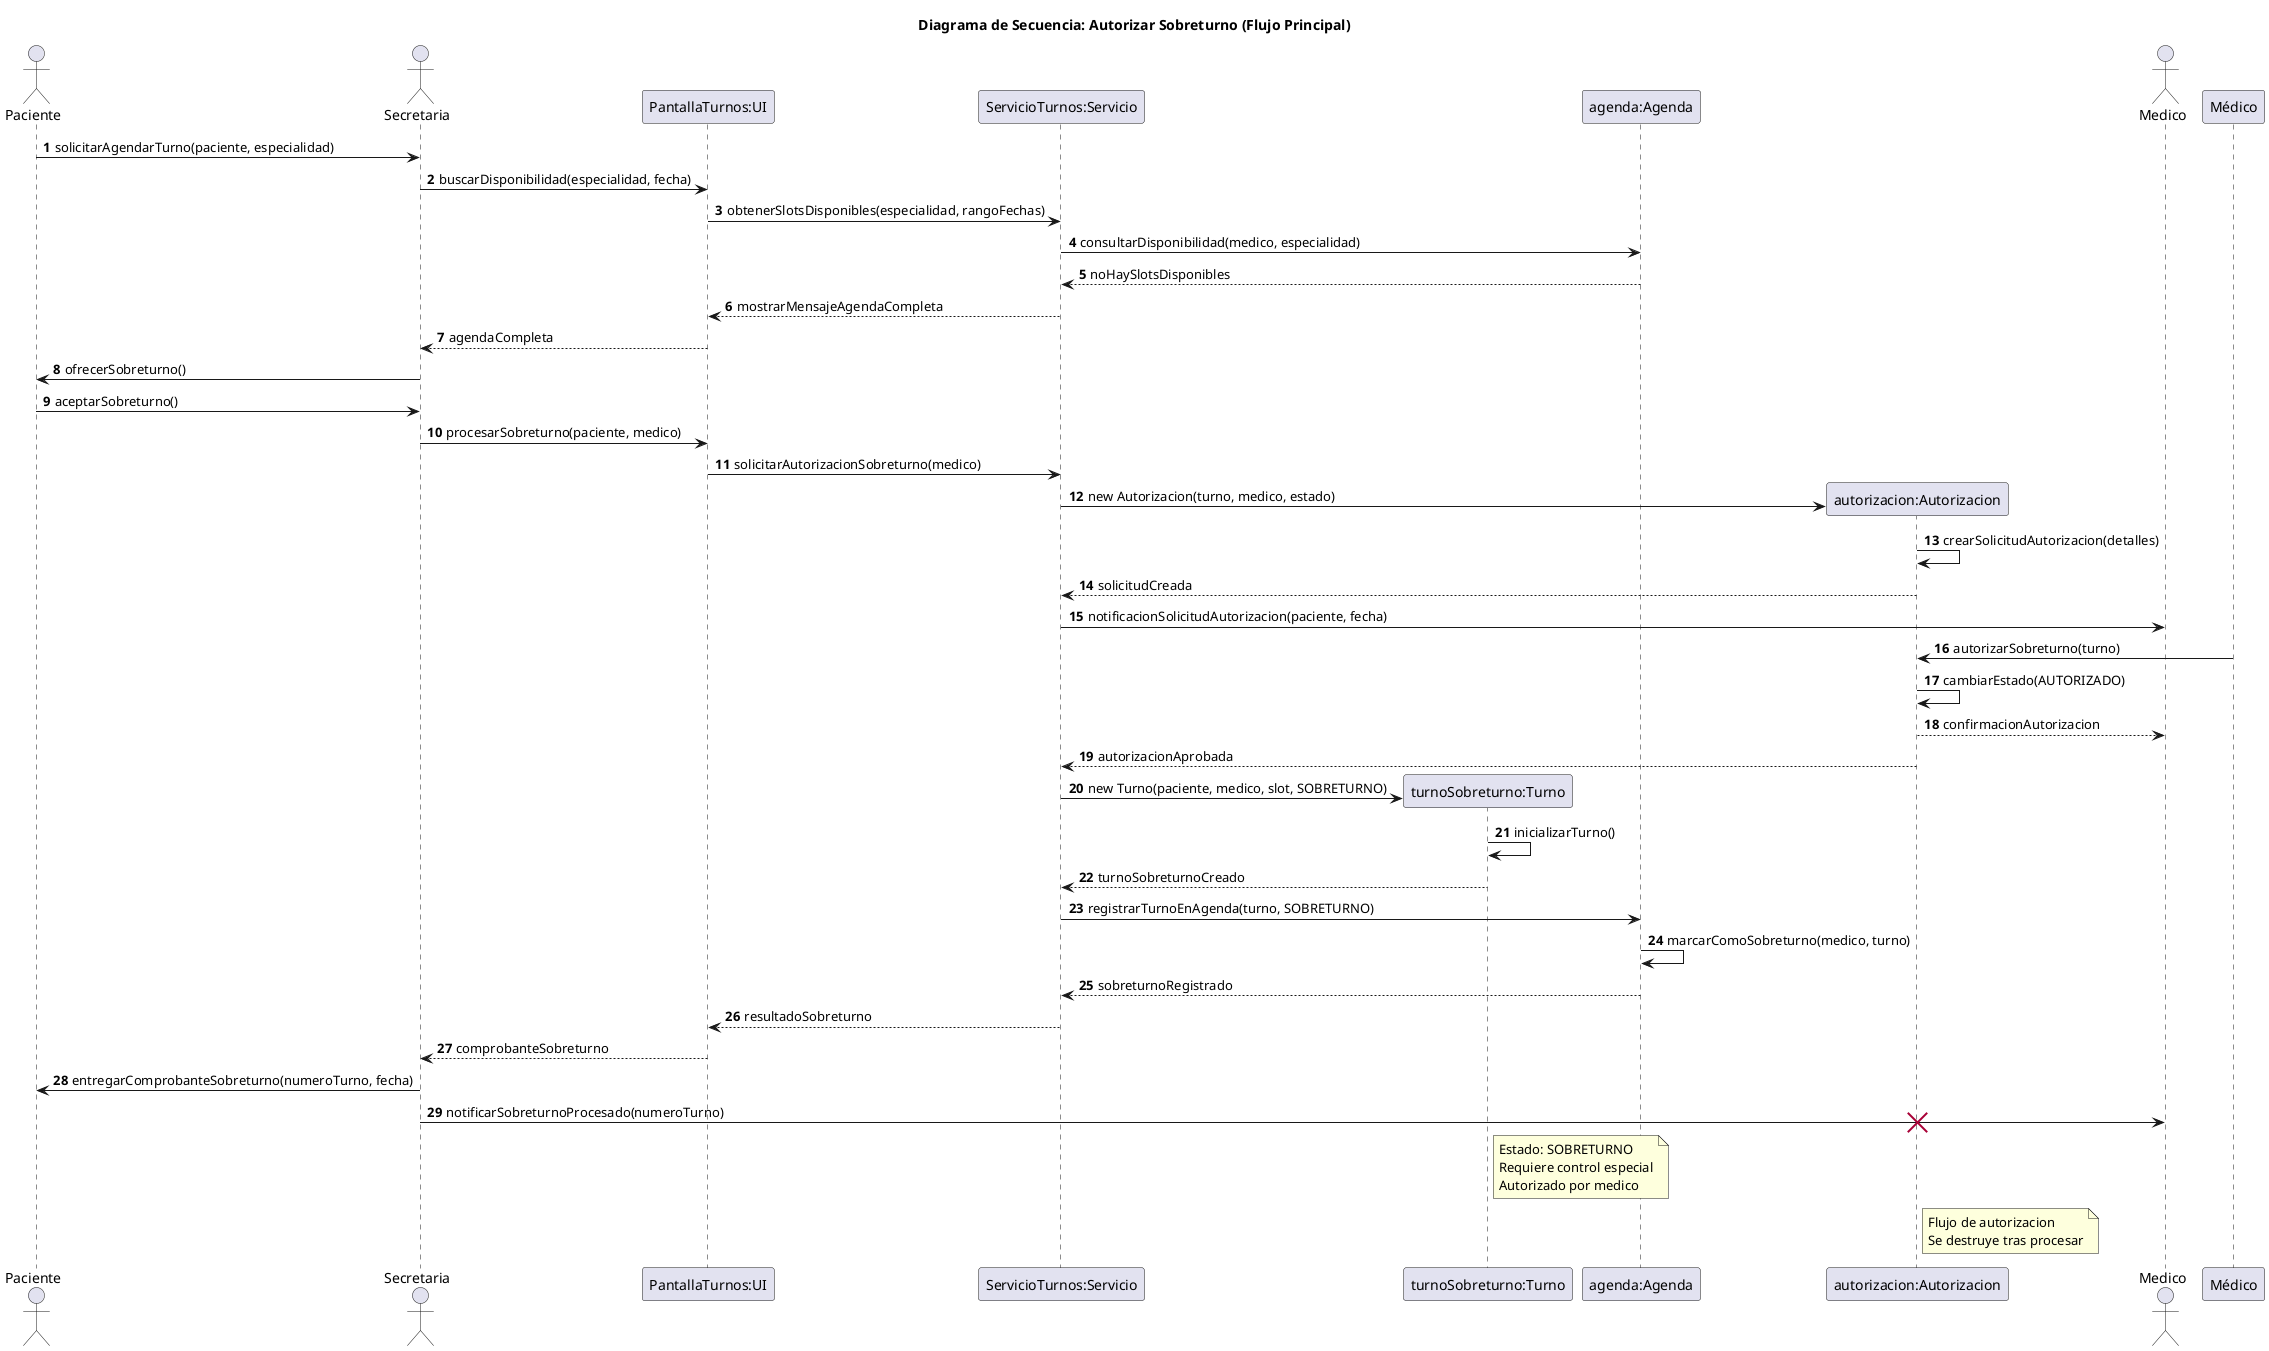
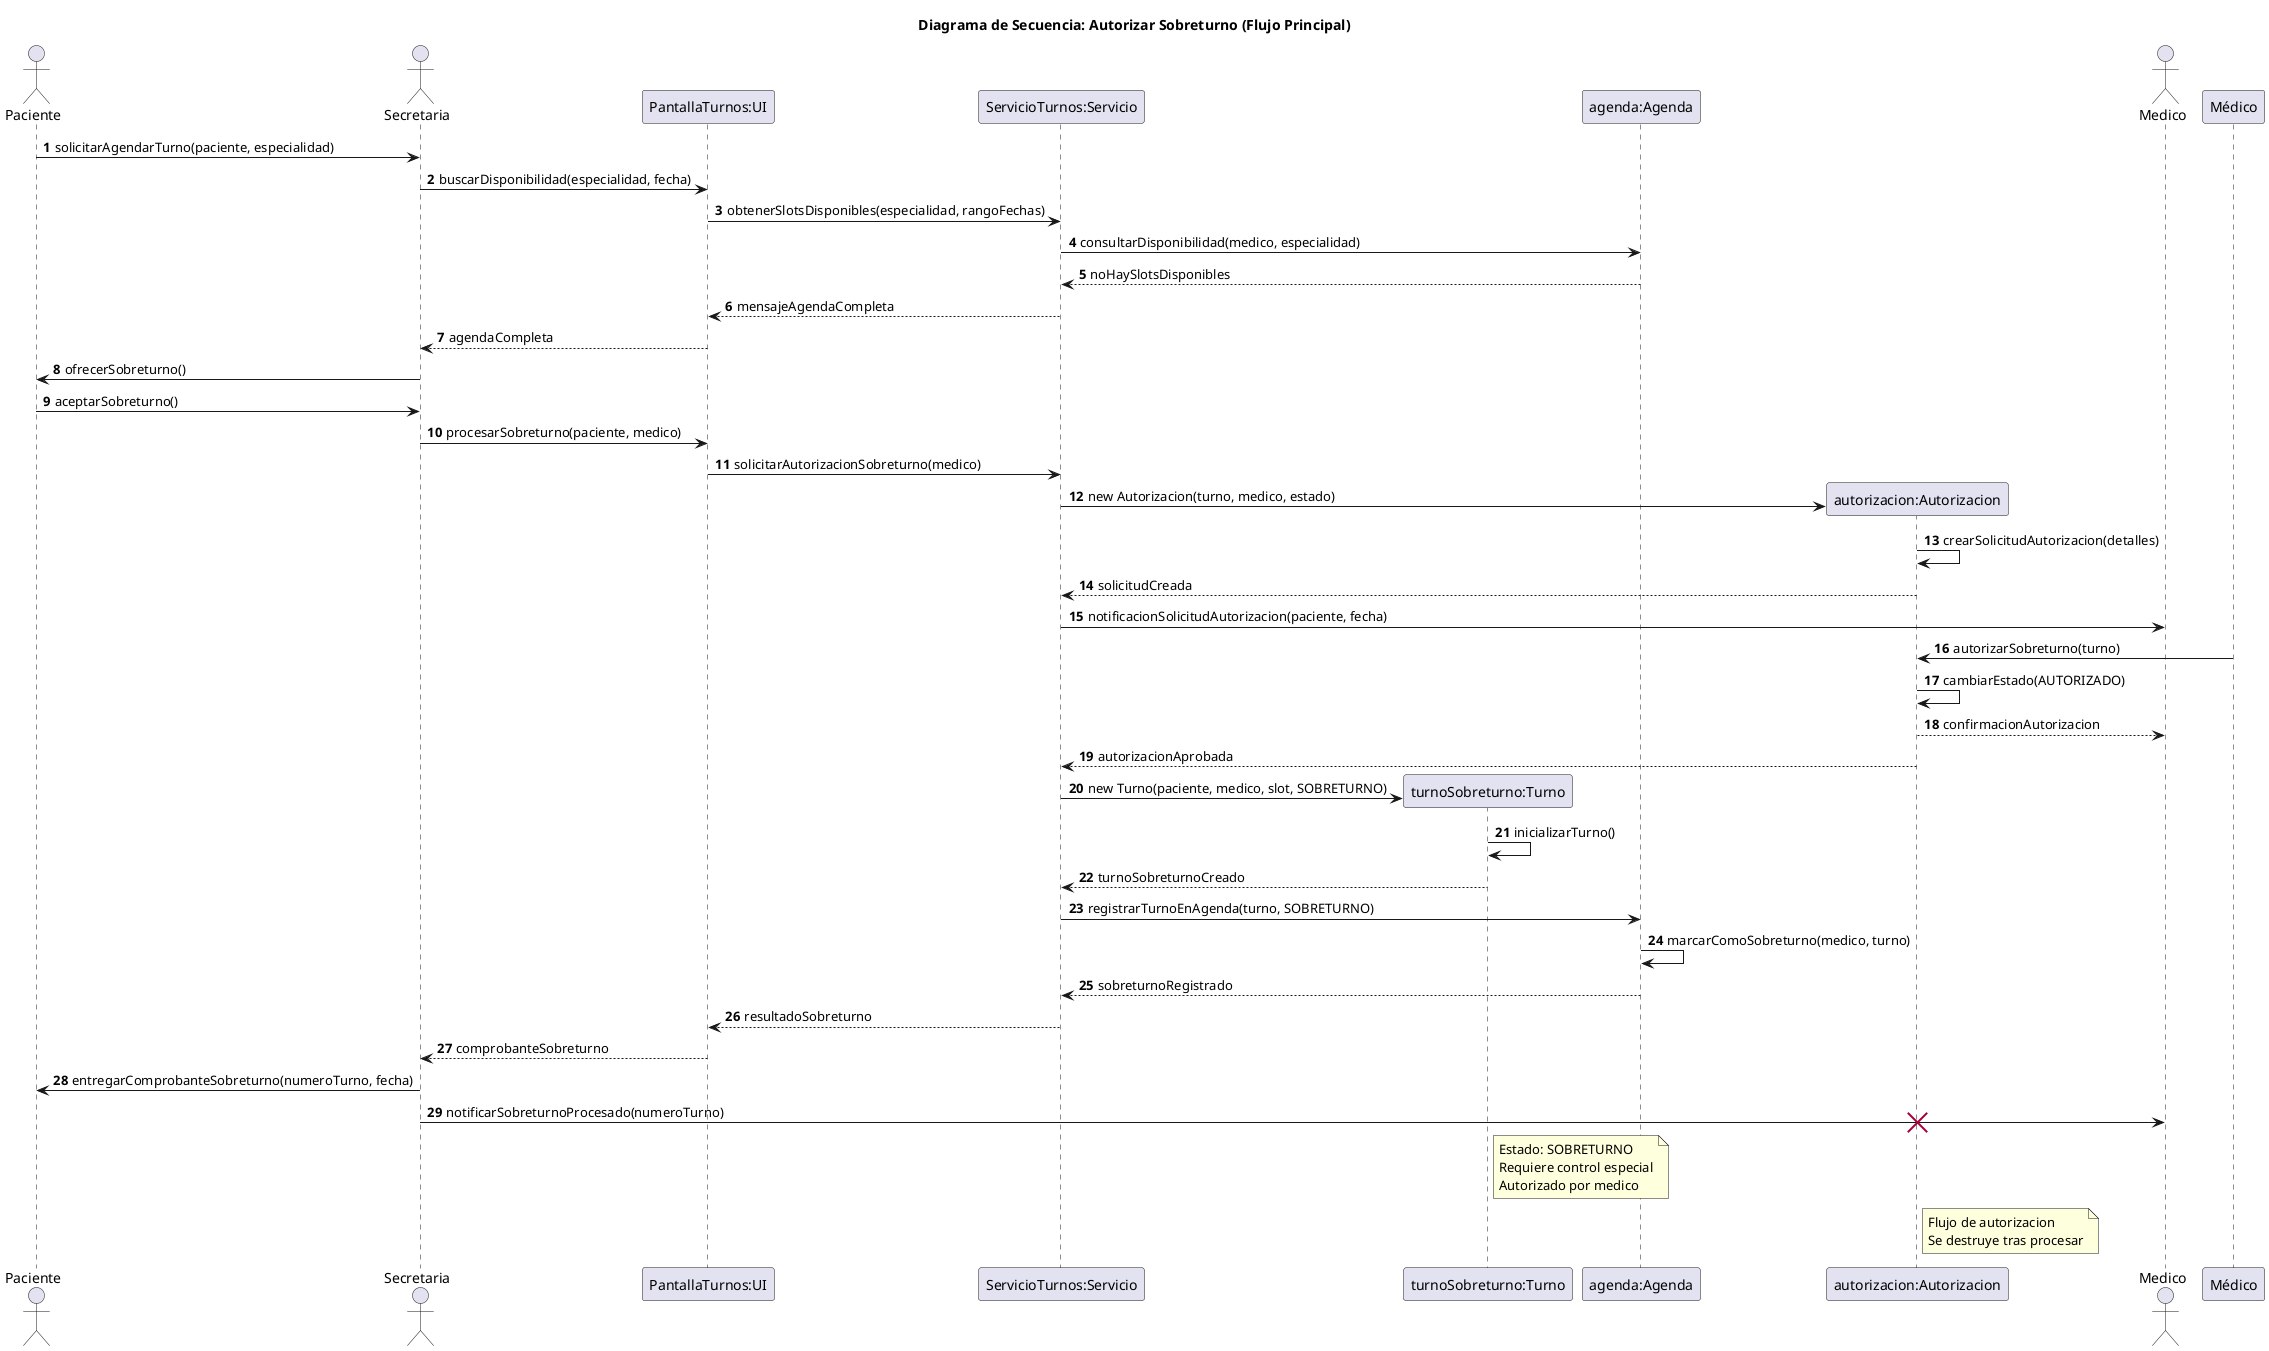
@startuml 05-secuencia-autorizar-sobreturno-flujo-principal-04
title Diagrama de Secuencia: Autorizar Sobreturno (Flujo Principal)

actor Paciente
actor Secretaria
participant "PantallaTurnos:UI" as UI
participant "ServicioTurnos:Servicio" as Servicio
participant "turnoSobreturno:Turno" as Turno
participant "agenda:Agenda" as Agenda
participant "autorizacion:Autorizacion" as Auth
actor Medico

autonumber

Paciente -> Secretaria: solicitarAgendarTurno(paciente, especialidad)
Secretaria -> UI: buscarDisponibilidad(especialidad, fecha)
UI -> Servicio: obtenerSlotsDisponibles(especialidad, rangoFechas)
Servicio -> Agenda: consultarDisponibilidad(medico, especialidad)
Agenda --> Servicio: noHaySlotsDisponibles
- Servicio --> UI: mostrarMensajeAgendaCompleta
+ Servicio --> UI: mensajeAgendaCompleta
UI --> Secretaria: agendaCompleta
Secretaria -> Paciente: ofrecerSobreturno()
Paciente -> Secretaria: aceptarSobreturno()
Secretaria -> UI: procesarSobreturno(paciente, medico)
UI -> Servicio: solicitarAutorizacionSobreturno(medico)
create Auth
Servicio -> Auth: new Autorizacion(turno, medico, estado)
Auth -> Auth: crearSolicitudAutorizacion(detalles)
Auth --> Servicio: solicitudCreada
Servicio -> Medico: notificacionSolicitudAutorizacion(paciente, fecha)
Médico -> Auth: autorizarSobreturno(turno)
Auth -> Auth: cambiarEstado(AUTORIZADO)
Auth --> Medico: confirmacionAutorizacion
Auth --> Servicio: autorizacionAprobada
create Turno
Servicio -> Turno: new Turno(paciente, medico, slot, SOBRETURNO)
Turno -> Turno: inicializarTurno()
Turno --> Servicio: turnoSobreturnoCreado
Servicio -> Agenda: registrarTurnoEnAgenda(turno, SOBRETURNO)
Agenda -> Agenda: marcarComoSobreturno(medico, turno)
Agenda --> Servicio: sobreturnoRegistrado
Servicio --> UI: resultadoSobreturno
UI --> Secretaria: comprobanteSobreturno
Secretaria -> Paciente: entregarComprobanteSobreturno(numeroTurno, fecha)
Secretaria -> Medico: notificarSobreturnoProcesado(numeroTurno)

note right of Turno
  Estado: SOBRETURNO
  Requiere control especial
  Autorizado por medico
end note

note right of Auth
  Flujo de autorizacion
  Se destruye tras procesar
end note

destroy Auth

@enduml
